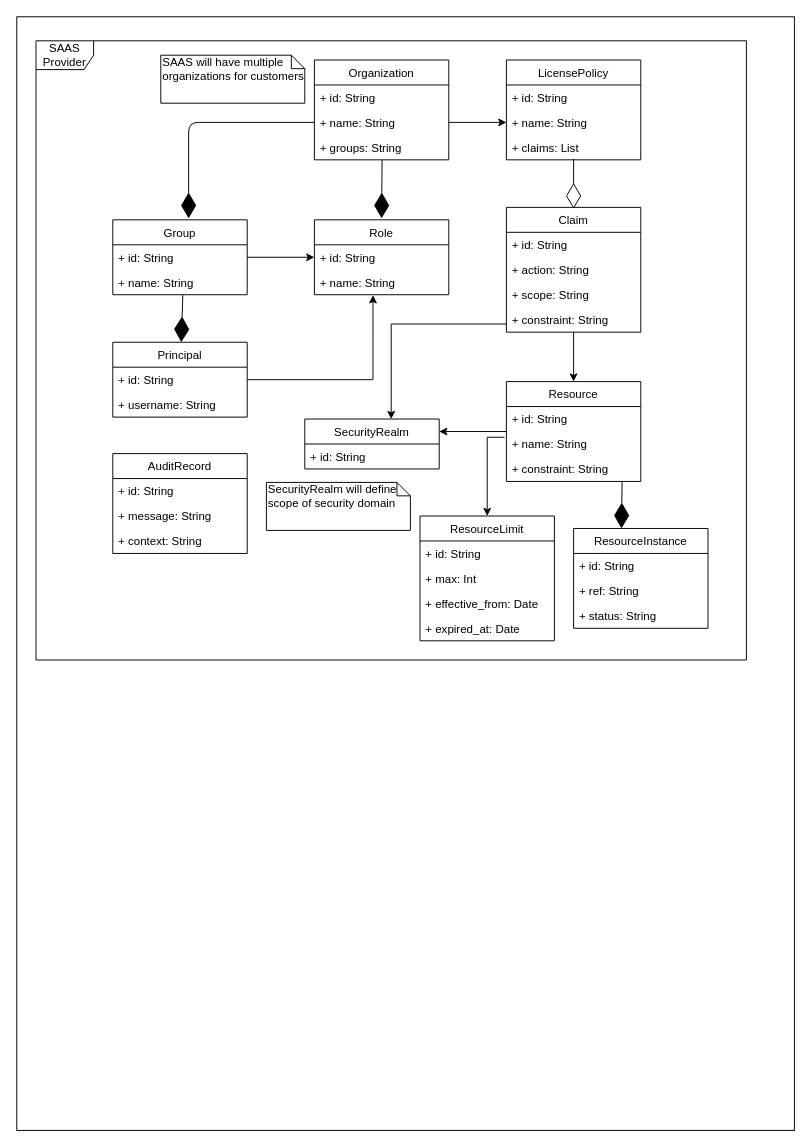
Earlier version of the draw.io diagram Untitled Diagram.drawio (bhatti/Aeron). Source tidied: cells renumbered, new cells numbered last; positions are measured from the earlier drawing's top-left corner, leaving out a move shared by most shapes. Both pictures are drawn from the tidied source at 96%, with x=0, y=0 at pixel (16, 16).
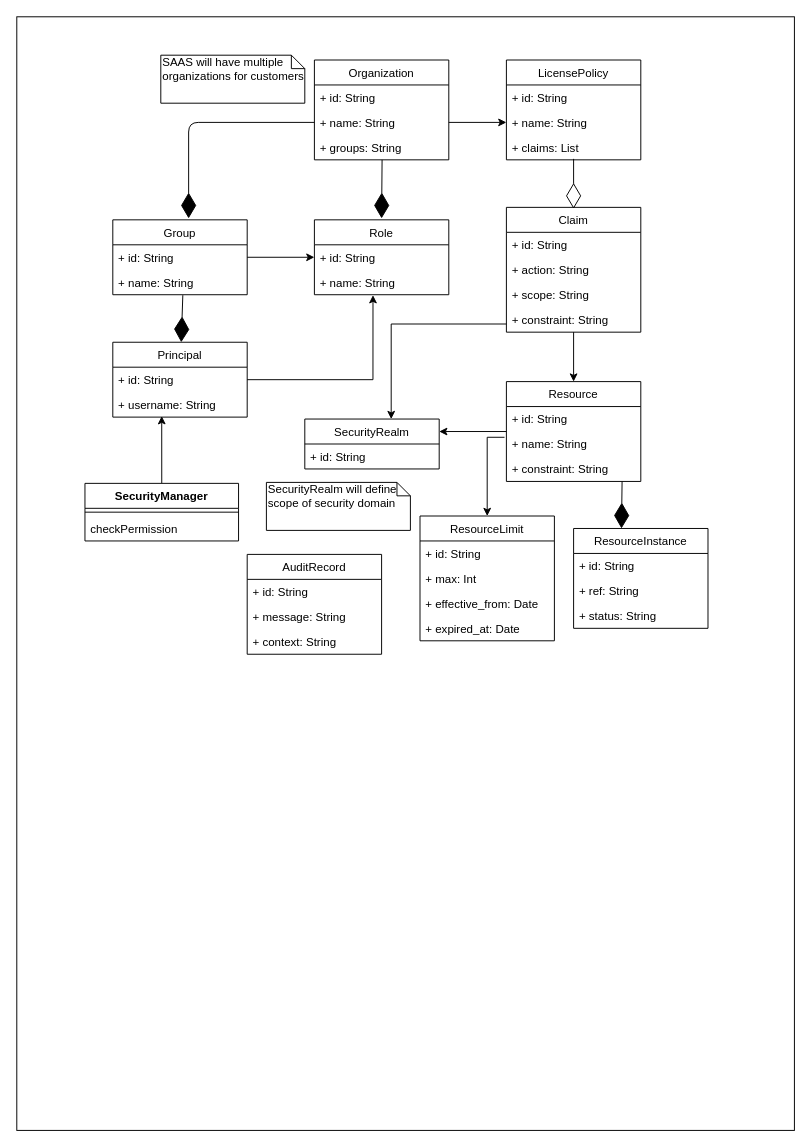
The same diagram, later.

The change refers to these unchanged cells:
```xml
<mxCell id="8" value="+ username: String" style="text;strokeColor=none;fillColor=none;align=left;verticalAlign=top;spacingLeft=4;spacingRight=4;overflow=hidden;points=[[0,0.5],[1,0.5]];portConstraint=eastwest;" parent="6" vertex="1">
  <mxGeometry y="52" width="140" height="26" as="geometry" />
</mxCell>
```

What changed in the source:
```diff
@@
     <mxCell id="52" value="AuditRecord" style="swimlane;fontStyle=0;horizontal=1;startSize=26;fillColor=none;" parent="1" vertex="1">
-      <mxGeometry x="100" y="455" width="140" height="104" as="geometry" />
+      <mxGeometry x="240" y="560" width="140" height="104" as="geometry" />
     </mxCell>
@@
-    <mxCell id="58" value="SAAS Provider" style="shape=umlFrame;whiteSpace=wrap;html=1;" parent="1" vertex="1">
-      <mxGeometry x="20" y="25" width="740" height="645" as="geometry" />
-    </mxCell>
+    <mxCell id="59" style="edgeStyle=orthogonalEdgeStyle;rounded=0;jettySize=auto;html=1;entryX=0.364;entryY=0.962;entryDx=0;entryDy=0;entryPerimeter=0;exitX=0.5;exitY=0;exitDx=0;exitDy=0;" parent="1" edge="1" source="60" target="8">
+      <mxGeometry relative="1" as="geometry" />
+    </mxCell>
+    <mxCell id="60" value="SecurityManager" style="swimlane;fontStyle=1;align=center;verticalAlign=top;horizontal=1;startSize=26;" parent="1" vertex="1">
+      <mxGeometry x="71" y="486" width="160" height="60" as="geometry" />
+    </mxCell>
+    <mxCell id="61" style="line;strokeWidth=1;fillColor=none;align=left;verticalAlign=middle;spacingTop=-1;spacingLeft=3;spacingRight=3;labelPosition=right;" parent="60" vertex="1">
+      <mxGeometry y="26" width="160" height="8" as="geometry" />
+    </mxCell>
+    <mxCell id="62" value="checkPermission" style="text;strokeColor=none;fillColor=none;align=left;verticalAlign=top;spacingLeft=4;spacingRight=4;overflow=hidden;" parent="60" vertex="1">
+      <mxGeometry y="34" width="160" height="26" as="geometry" />
+    </mxCell>
```
